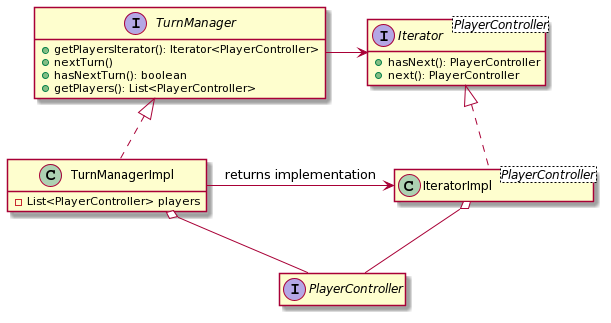
Earlier version of the PlantUML export doc/Relazione/images/freddi/TurnManager.png (RiccardoSquarcialupi/oop19-dpg).
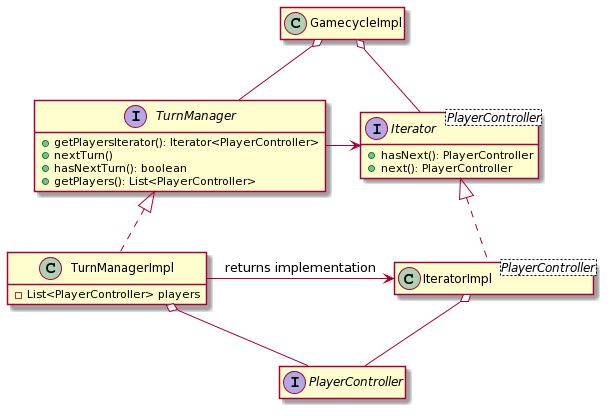
The same diagram one commit later.

What changed in the source:
```diff
@@ -13,8 +13,12 @@
     -List<PlayerController> players
 }
 class IteratorImpl<PlayerController> implements Iterator
+class GamecycleImpl
 
 interface PlayerController
+
+GamecycleImpl o-- TurnManager
+GamecycleImpl o-- Iterator
 
 TurnManagerImpl -> IteratorImpl : returns implementation
 TurnManager -> Iterator
@@ -22,11 +26,6 @@
 TurnManagerImpl o-- PlayerController
 IteratorImpl o-- PlayerController
 
-hide TurnManager fields
-hide TurnManagerImpl methods
-hide Iterator fields
-hide IteratorImpl fields
-hide IteratorImpl methods
-hide PlayerController fields
-hide PlayerController methods
+hide empty fields
+hide empty methods
 @enduml
```
